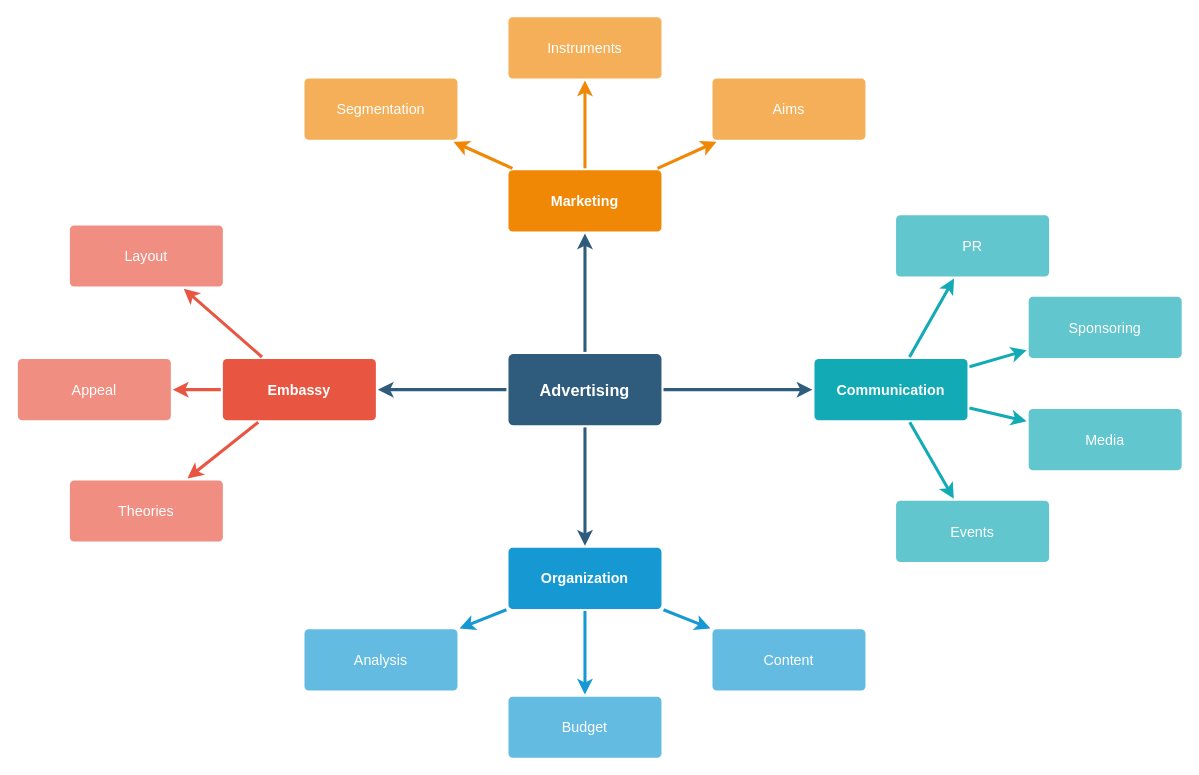
This is 超级群架构.drawio from killermyth/Documents, a draw.io file, before an edit. Source tidied: cells renumbered, new cells numbered last; positions are measured from the earlier drawing's top-left corner, leaving out a move shared by most shapes. Both pictures are drawn from the tidied source at 102%, with x=0, y=0 at pixel (17, 16).
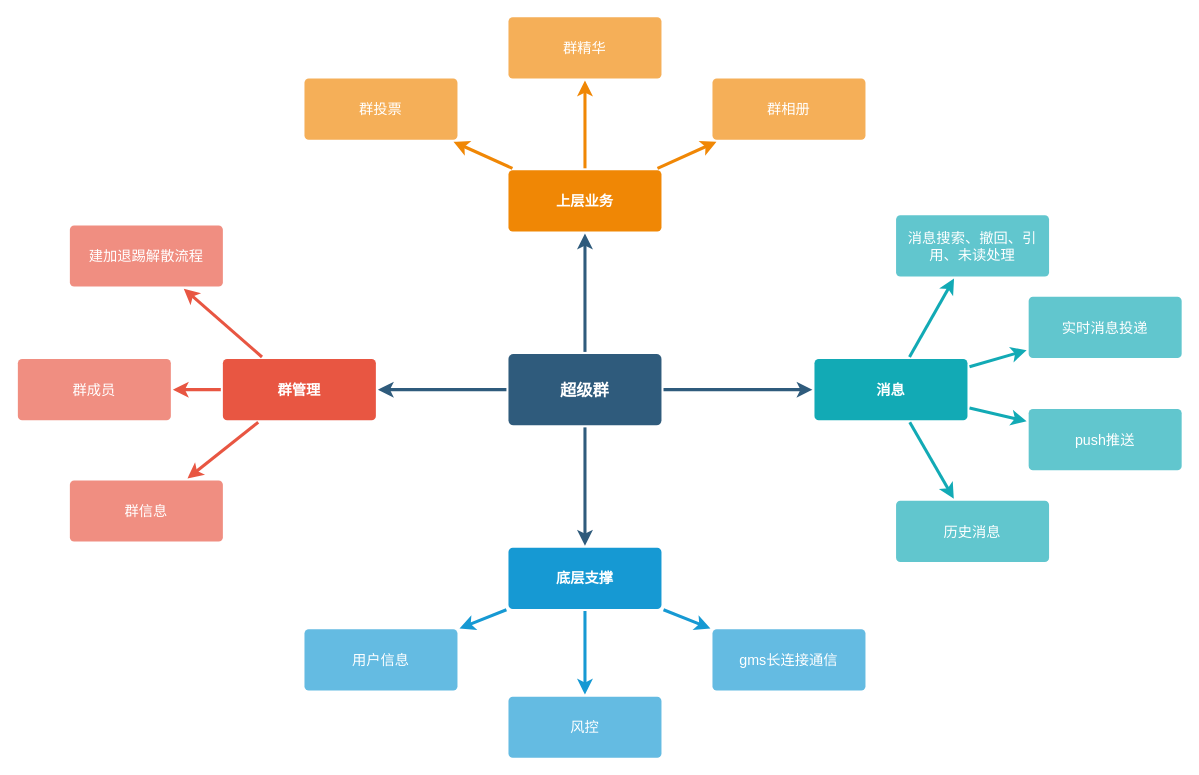
Above is the later version.

Commit message:
Update 超级群架构.drawio

What changed in the source:
```diff
@@
-    <mxCell id="6" value="Advertising" style="rounded=1;whiteSpace=wrap;html=1;shadow=0;labelBackgroundColor=none;strokeColor=none;strokeWidth=3;fillColor=#2F5B7C;fontFamily=Helvetica;fontSize=16;fontColor=#FFFFFF;align=center;fontStyle=1;spacing=5;arcSize=7;perimeterSpacing=2;" parent="1" vertex="1">
+    <mxCell id="6" value="超级群" style="rounded=1;whiteSpace=wrap;html=1;shadow=0;labelBackgroundColor=none;strokeColor=none;strokeWidth=3;fillColor=#2F5B7C;fontFamily=Helvetica;fontSize=16;fontColor=#FFFFFF;align=center;fontStyle=1;spacing=5;arcSize=7;perimeterSpacing=2;" parent="1" vertex="1">
       <mxGeometry x="481" y="330.5" width="150" height="70" as="geometry" />
     </mxCell>
@@
-    <mxCell id="10" value="Embassy" style="rounded=1;whiteSpace=wrap;html=1;shadow=0;labelBackgroundColor=none;strokeColor=none;strokeWidth=3;fillColor=#e85642;fontFamily=Helvetica;fontSize=14;fontColor=#FFFFFF;align=center;spacing=5;fontStyle=1;arcSize=7;perimeterSpacing=2;" parent="1" vertex="1">
+    <mxCell id="10" value="群管理" style="rounded=1;whiteSpace=wrap;html=1;shadow=0;labelBackgroundColor=none;strokeColor=none;strokeWidth=3;fillColor=#e85642;fontFamily=Helvetica;fontSize=14;fontColor=#FFFFFF;align=center;spacing=5;fontStyle=1;arcSize=7;perimeterSpacing=2;" parent="1" vertex="1">
       <mxGeometry x="201" y="335.5" width="150" height="60" as="geometry" />
     </mxCell>
-    <mxCell id="11" value="Theories" style="rounded=1;whiteSpace=wrap;html=1;shadow=0;labelBackgroundColor=none;strokeColor=none;strokeWidth=3;fillColor=#f08e81;fontFamily=Helvetica;fontSize=14;fontColor=#FFFFFF;align=center;spacing=5;fontStyle=0;arcSize=7;perimeterSpacing=2;" parent="1" vertex="1">
+    <mxCell id="11" value="群信息" style="rounded=1;whiteSpace=wrap;html=1;shadow=0;labelBackgroundColor=none;strokeColor=none;strokeWidth=3;fillColor=#f08e81;fontFamily=Helvetica;fontSize=14;fontColor=#FFFFFF;align=center;spacing=5;fontStyle=0;arcSize=7;perimeterSpacing=2;" parent="1" vertex="1">
       <mxGeometry x="51" y="454.5" width="150" height="60" as="geometry" />
     </mxCell>
-    <mxCell id="12" value="Appeal" style="rounded=1;whiteSpace=wrap;html=1;shadow=0;labelBackgroundColor=none;strokeColor=none;strokeWidth=3;fillColor=#f08e81;fontFamily=Helvetica;fontSize=14;fontColor=#FFFFFF;align=center;spacing=5;fontStyle=0;arcSize=7;perimeterSpacing=2;" parent="1" vertex="1">
+    <mxCell id="12" value="群成员" style="rounded=1;whiteSpace=wrap;html=1;shadow=0;labelBackgroundColor=none;strokeColor=none;strokeWidth=3;fillColor=#f08e81;fontFamily=Helvetica;fontSize=14;fontColor=#FFFFFF;align=center;spacing=5;fontStyle=0;arcSize=7;perimeterSpacing=2;" parent="1" vertex="1">
       <mxGeometry y="335.5" width="150" height="60" as="geometry" />
     </mxCell>
-    <mxCell id="13" value="Layout" style="rounded=1;whiteSpace=wrap;html=1;shadow=0;labelBackgroundColor=none;strokeColor=none;strokeWidth=3;fillColor=#f08e81;fontFamily=Helvetica;fontSize=14;fontColor=#FFFFFF;align=center;spacing=5;fontStyle=0;arcSize=7;perimeterSpacing=2;" parent="1" vertex="1">
+    <mxCell id="13" value="建加退踢解散流程" style="rounded=1;whiteSpace=wrap;html=1;shadow=0;labelBackgroundColor=none;strokeColor=none;strokeWidth=3;fillColor=#f08e81;fontFamily=Helvetica;fontSize=14;fontColor=#FFFFFF;align=center;spacing=5;fontStyle=0;arcSize=7;perimeterSpacing=2;" parent="1" vertex="1">
       <mxGeometry x="51" y="204.5" width="150" height="60" as="geometry" />
     </mxCell>
@@
-    <mxCell id="17" value="Organization" style="rounded=1;whiteSpace=wrap;html=1;shadow=0;labelBackgroundColor=none;strokeColor=none;strokeWidth=3;fillColor=#1699d3;fontFamily=Helvetica;fontSize=14;fontColor=#FFFFFF;align=center;spacing=5;fontStyle=1;arcSize=7;perimeterSpacing=2;" parent="1" vertex="1">
+    <mxCell id="17" value="底层支撑" style="rounded=1;whiteSpace=wrap;html=1;shadow=0;labelBackgroundColor=none;strokeColor=none;strokeWidth=3;fillColor=#1699d3;fontFamily=Helvetica;fontSize=14;fontColor=#FFFFFF;align=center;spacing=5;fontStyle=1;arcSize=7;perimeterSpacing=2;" parent="1" vertex="1">
       <mxGeometry x="481" y="520.5" width="150" height="60" as="geometry" />
     </mxCell>
-    <mxCell id="18" value="Content" style="rounded=1;whiteSpace=wrap;html=1;shadow=0;labelBackgroundColor=none;strokeColor=none;strokeWidth=3;fillColor=#64bbe2;fontFamily=Helvetica;fontSize=14;fontColor=#FFFFFF;align=center;spacing=5;arcSize=7;perimeterSpacing=2;" parent="1" vertex="1">
+    <mxCell id="18" value="gms长连接通信" style="rounded=1;whiteSpace=wrap;html=1;shadow=0;labelBackgroundColor=none;strokeColor=none;strokeWidth=3;fillColor=#64bbe2;fontFamily=Helvetica;fontSize=14;fontColor=#FFFFFF;align=center;spacing=5;arcSize=7;perimeterSpacing=2;" parent="1" vertex="1">
       <mxGeometry x="681" y="600.5" width="150" height="60" as="geometry" />
     </mxCell>
-    <mxCell id="19" value="Budget" style="rounded=1;whiteSpace=wrap;html=1;shadow=0;labelBackgroundColor=none;strokeColor=none;strokeWidth=3;fillColor=#64bbe2;fontFamily=Helvetica;fontSize=14;fontColor=#FFFFFF;align=center;spacing=5;arcSize=7;perimeterSpacing=2;" parent="1" vertex="1">
+    <mxCell id="19" value="风控" style="rounded=1;whiteSpace=wrap;html=1;shadow=0;labelBackgroundColor=none;strokeColor=none;strokeWidth=3;fillColor=#64bbe2;fontFamily=Helvetica;fontSize=14;fontColor=#FFFFFF;align=center;spacing=5;arcSize=7;perimeterSpacing=2;" parent="1" vertex="1">
       <mxGeometry x="481" y="666.5" width="150" height="60" as="geometry" />
     </mxCell>
-    <mxCell id="20" value="Analysis" style="rounded=1;whiteSpace=wrap;html=1;shadow=0;labelBackgroundColor=none;strokeColor=none;strokeWidth=3;fillColor=#64bbe2;fontFamily=Helvetica;fontSize=14;fontColor=#FFFFFF;align=center;spacing=5;arcSize=7;perimeterSpacing=2;" parent="1" vertex="1">
+    <mxCell id="20" value="用户信息" style="rounded=1;whiteSpace=wrap;html=1;shadow=0;labelBackgroundColor=none;strokeColor=none;strokeWidth=3;fillColor=#64bbe2;fontFamily=Helvetica;fontSize=14;fontColor=#FFFFFF;align=center;spacing=5;arcSize=7;perimeterSpacing=2;" parent="1" vertex="1">
       <mxGeometry x="281" y="600.5" width="150" height="60" as="geometry" />
     </mxCell>
-    <mxCell id="21" value="Marketing" style="rounded=1;whiteSpace=wrap;html=1;shadow=0;labelBackgroundColor=none;strokeColor=none;strokeWidth=3;fillColor=#F08705;fontFamily=Helvetica;fontSize=14;fontColor=#FFFFFF;align=center;spacing=5;fontStyle=1;arcSize=7;perimeterSpacing=2;" parent="1" vertex="1">
+    <mxCell id="21" value="上层业务" style="rounded=1;whiteSpace=wrap;html=1;shadow=0;labelBackgroundColor=none;strokeColor=none;strokeWidth=3;fillColor=#F08705;fontFamily=Helvetica;fontSize=14;fontColor=#FFFFFF;align=center;spacing=5;fontStyle=1;arcSize=7;perimeterSpacing=2;" parent="1" vertex="1">
       <mxGeometry x="481" y="150.5" width="150" height="60" as="geometry" />
     </mxCell>
-    <mxCell id="22" value="Aims&lt;br&gt;" style="rounded=1;whiteSpace=wrap;html=1;shadow=0;labelBackgroundColor=none;strokeColor=none;strokeWidth=3;fillColor=#f5af58;fontFamily=Helvetica;fontSize=14;fontColor=#FFFFFF;align=center;spacing=5;arcSize=7;perimeterSpacing=2;" parent="1" vertex="1">
+    <mxCell id="22" value="群相册" style="rounded=1;whiteSpace=wrap;html=1;shadow=0;labelBackgroundColor=none;strokeColor=none;strokeWidth=3;fillColor=#f5af58;fontFamily=Helvetica;fontSize=14;fontColor=#FFFFFF;align=center;spacing=5;arcSize=7;perimeterSpacing=2;" parent="1" vertex="1">
       <mxGeometry x="681" y="60.5" width="150" height="60" as="geometry" />
     </mxCell>
@@
-    <mxCell id="24" value="Instruments" style="rounded=1;whiteSpace=wrap;html=1;shadow=0;labelBackgroundColor=none;strokeColor=none;strokeWidth=3;fillColor=#f5af58;fontFamily=Helvetica;fontSize=14;fontColor=#FFFFFF;align=center;spacing=5;arcSize=7;perimeterSpacing=2;" parent="1" vertex="1">
+    <mxCell id="24" value="群精华" style="rounded=1;whiteSpace=wrap;html=1;shadow=0;labelBackgroundColor=none;strokeColor=none;strokeWidth=3;fillColor=#f5af58;fontFamily=Helvetica;fontSize=14;fontColor=#FFFFFF;align=center;spacing=5;arcSize=7;perimeterSpacing=2;" parent="1" vertex="1">
       <mxGeometry x="481" y="0.5" width="150" height="60" as="geometry" />
     </mxCell>
@@
-    <mxCell id="26" value="Segmentation" style="rounded=1;whiteSpace=wrap;html=1;shadow=0;labelBackgroundColor=none;strokeColor=none;strokeWidth=3;fillColor=#f5af58;fontFamily=Helvetica;fontSize=14;fontColor=#FFFFFF;align=center;spacing=5;arcSize=7;perimeterSpacing=2;" parent="1" vertex="1">
+    <mxCell id="26" value="群投票" style="rounded=1;whiteSpace=wrap;html=1;shadow=0;labelBackgroundColor=none;strokeColor=none;strokeWidth=3;fillColor=#f5af58;fontFamily=Helvetica;fontSize=14;fontColor=#FFFFFF;align=center;spacing=5;arcSize=7;perimeterSpacing=2;" parent="1" vertex="1">
       <mxGeometry x="281" y="60.5" width="150" height="60" as="geometry" />
     </mxCell>
@@
-    <mxCell id="28" value="Communication" style="rounded=1;whiteSpace=wrap;html=1;shadow=0;labelBackgroundColor=none;strokeColor=none;strokeWidth=3;fillColor=#12aab5;fontFamily=Helvetica;fontSize=14;fontColor=#FFFFFF;align=center;spacing=5;fontStyle=1;arcSize=7;perimeterSpacing=2;" parent="1" vertex="1">
+    <mxCell id="28" value="消息" style="rounded=1;whiteSpace=wrap;html=1;shadow=0;labelBackgroundColor=none;strokeColor=none;strokeWidth=3;fillColor=#12aab5;fontFamily=Helvetica;fontSize=14;fontColor=#FFFFFF;align=center;spacing=5;fontStyle=1;arcSize=7;perimeterSpacing=2;" parent="1" vertex="1">
       <mxGeometry x="781" y="335.5" width="150" height="60" as="geometry" />
     </mxCell>
-    <mxCell id="29" value="Events" style="rounded=1;whiteSpace=wrap;html=1;shadow=0;labelBackgroundColor=none;strokeColor=none;strokeWidth=3;fillColor=#61c6ce;fontFamily=Helvetica;fontSize=14;fontColor=#FFFFFF;align=center;spacing=5;fontStyle=0;arcSize=7;perimeterSpacing=2;" parent="1" vertex="1">
+    <mxCell id="29" value="历史消息" style="rounded=1;whiteSpace=wrap;html=1;shadow=0;labelBackgroundColor=none;strokeColor=none;strokeWidth=3;fillColor=#61c6ce;fontFamily=Helvetica;fontSize=14;fontColor=#FFFFFF;align=center;spacing=5;fontStyle=0;arcSize=7;perimeterSpacing=2;" parent="1" vertex="1">
       <mxGeometry x="861" y="474.5" width="150" height="60" as="geometry" />
     </mxCell>
@@
-    <mxCell id="31" value="Media" style="rounded=1;whiteSpace=wrap;html=1;shadow=0;labelBackgroundColor=none;strokeColor=none;strokeWidth=3;fillColor=#61c6ce;fontFamily=Helvetica;fontSize=14;fontColor=#FFFFFF;align=center;spacing=5;fontStyle=0;arcSize=7;perimeterSpacing=2;" parent="1" vertex="1">
+    <mxCell id="31" value="push推送" style="rounded=1;whiteSpace=wrap;html=1;shadow=0;labelBackgroundColor=none;strokeColor=none;strokeWidth=3;fillColor=#61c6ce;fontFamily=Helvetica;fontSize=14;fontColor=#FFFFFF;align=center;spacing=5;fontStyle=0;arcSize=7;perimeterSpacing=2;" parent="1" vertex="1">
       <mxGeometry x="991" y="384.5" width="150" height="60" as="geometry" />
     </mxCell>
@@
-    <mxCell id="33" value="Sponsoring" style="rounded=1;whiteSpace=wrap;html=1;shadow=0;labelBackgroundColor=none;strokeColor=none;strokeWidth=3;fillColor=#61c6ce;fontFamily=Helvetica;fontSize=14;fontColor=#FFFFFF;align=center;spacing=5;fontStyle=0;arcSize=7;perimeterSpacing=2;" parent="1" vertex="1">
+    <mxCell id="33" value="实时消息投递" style="rounded=1;whiteSpace=wrap;html=1;shadow=0;labelBackgroundColor=none;strokeColor=none;strokeWidth=3;fillColor=#61c6ce;fontFamily=Helvetica;fontSize=14;fontColor=#FFFFFF;align=center;spacing=5;fontStyle=0;arcSize=7;perimeterSpacing=2;" parent="1" vertex="1">
       <mxGeometry x="991" y="274.5" width="150" height="60" as="geometry" />
     </mxCell>
@@
-    <mxCell id="35" value="PR" style="rounded=1;whiteSpace=wrap;html=1;shadow=0;labelBackgroundColor=none;strokeColor=none;strokeWidth=3;fillColor=#61c6ce;fontFamily=Helvetica;fontSize=14;fontColor=#FFFFFF;align=center;spacing=5;fontStyle=0;arcSize=7;perimeterSpacing=2;" parent="1" vertex="1">
+    <mxCell id="35" value="消息搜索、撤回、引用、未读处理" style="rounded=1;whiteSpace=wrap;html=1;shadow=0;labelBackgroundColor=none;strokeColor=none;strokeWidth=3;fillColor=#61c6ce;fontFamily=Helvetica;fontSize=14;fontColor=#FFFFFF;align=center;spacing=5;fontStyle=0;arcSize=7;perimeterSpacing=2;" parent="1" vertex="1">
       <mxGeometry x="861" y="194.5" width="150" height="60" as="geometry" />
     </mxCell>
```
